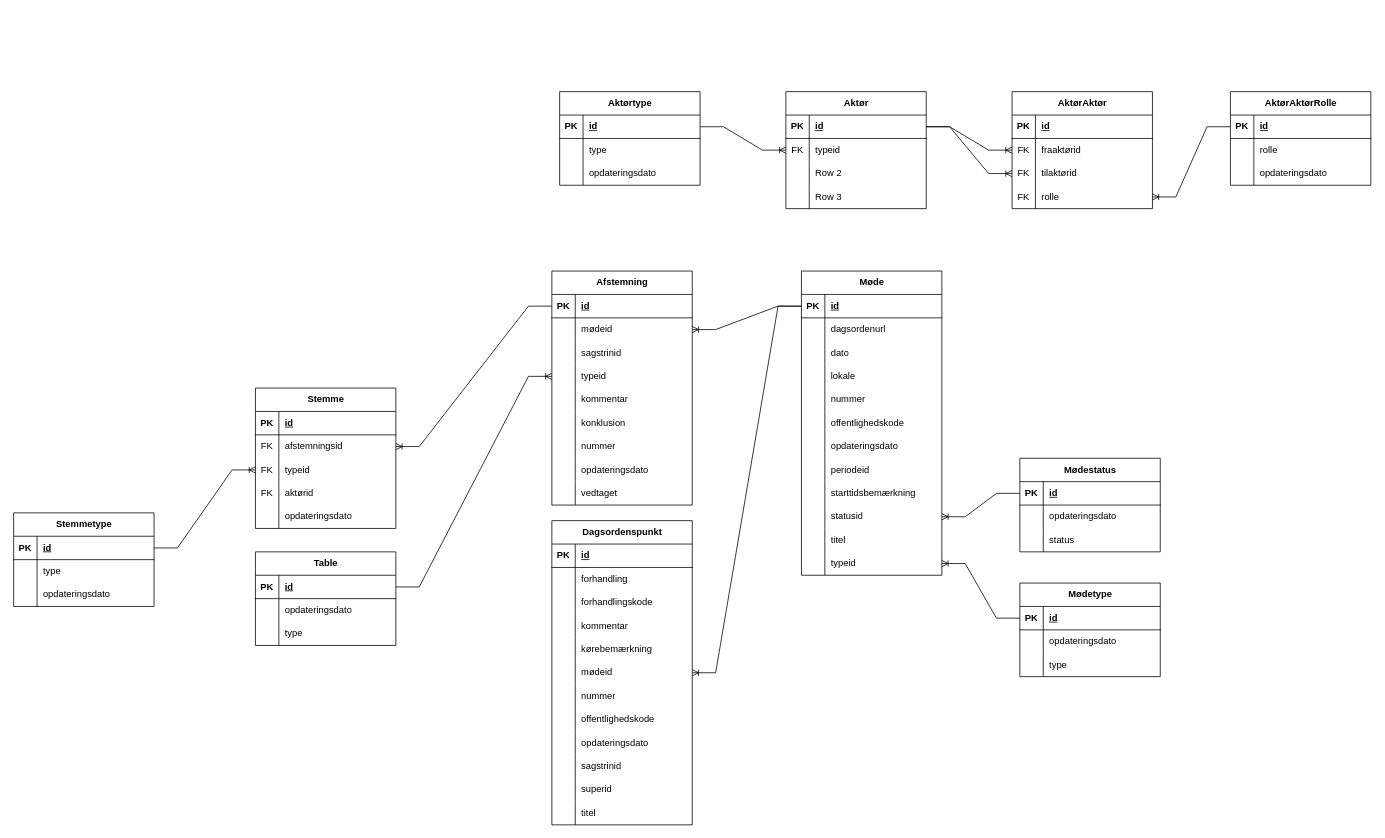
D-Dedenbach/poli keeps this draw.io diagram as datamodel.drawio. Above is the earlier version. Source tidied: cells renumbered, new cells numbered last; positions are measured from the earlier drawing's top-left corner, leaving out a move shared by most shapes. Both pictures are drawn from the tidied source at 78%, with x=0, y=0 at pixel (13, 91).
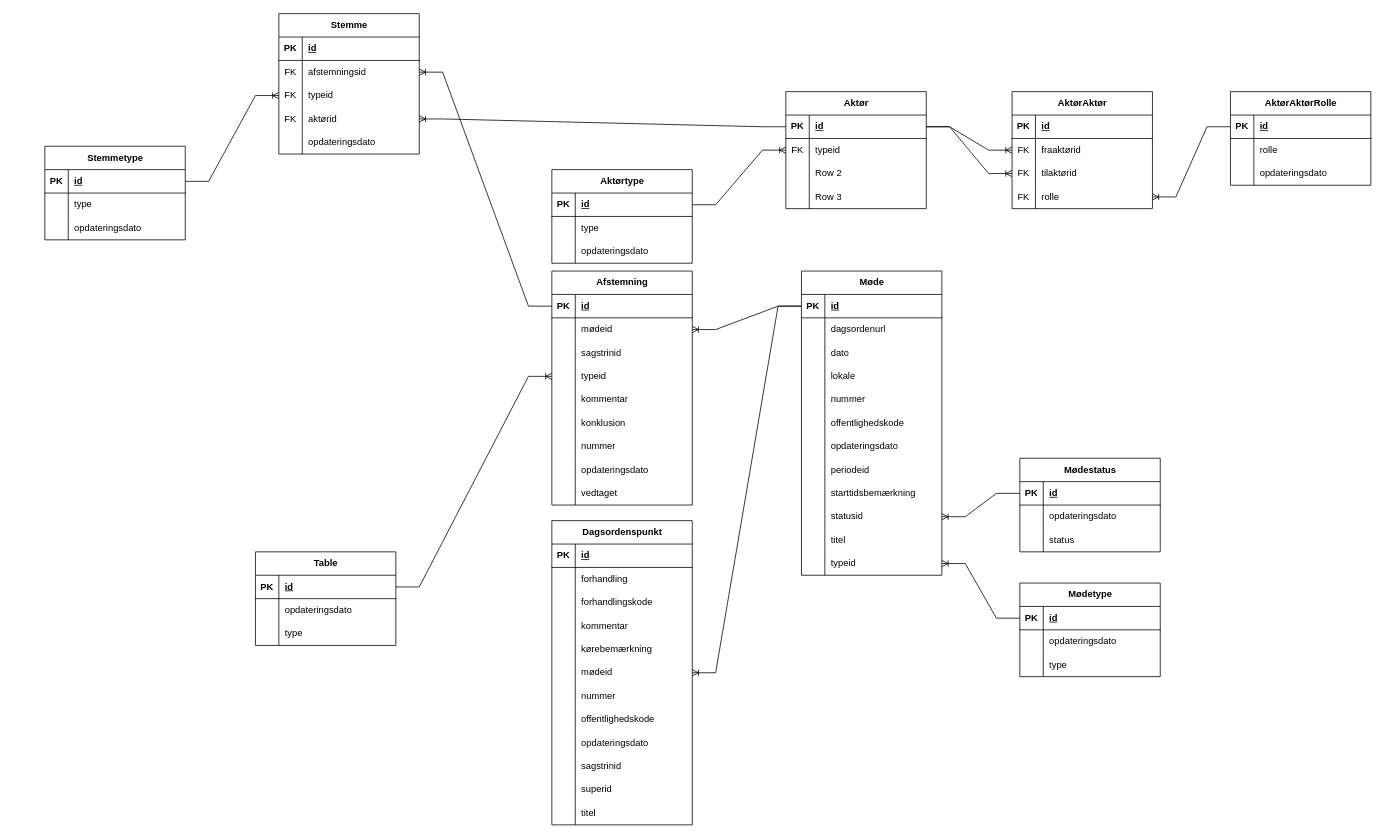
The same diagram, later.

The change refers to these unchanged cells:
```xml
<mxCell id="3" style="shape=tableRow;horizontal=0;startSize=0;swimlaneHead=0;swimlaneBody=0;fillColor=none;points=[[0,0.5],[1,0.5]];portConstraint=eastwest;top=0;left=0;right=0;bottom=1;" parent="2" vertex="1">
  <mxGeometry y="30" width="180" height="30" as="geometry" />
</mxCell>
<mxCell id="72" style="shape=tableRow;horizontal=0;startSize=0;swimlaneHead=0;swimlaneBody=0;fillColor=none;points=[[0,0.5],[1,0.5]];portConstraint=eastwest;top=0;left=0;right=0;bottom=0;" parent="62" vertex="1">
  <mxGeometry y="120" width="180" height="30" as="geometry" />
</mxCell>
```

Change to the diagram source:
```diff
@@
     <mxCell id="26" value="Aktørtype" style="shape=table;startSize=30;childLayout=tableLayout;rowLines=0;fontStyle=1;align=center;html=1;" parent="1" vertex="1">
-      <mxGeometry x="700" width="180" height="120" as="geometry" />
+      <mxGeometry x="690" y="100" width="180" height="120" as="geometry" />
     </mxCell>
@@
     <mxCell id="52" value="Stemmetype" style="shape=table;startSize=30;childLayout=tableLayout;rowLines=0;fontStyle=1;align=center;html=1;" parent="1" vertex="1">
-      <mxGeometry y="540" width="180" height="120" as="geometry" />
+      <mxGeometry x="40" y="70" width="180" height="120" as="geometry" />
     </mxCell>
@@
     <mxCell id="62" value="Stemme" style="shape=table;startSize=30;childLayout=tableLayout;rowLines=0;fontStyle=1;align=center;html=1;" parent="1" vertex="1">
-      <mxGeometry x="310" y="380" width="180" height="180" as="geometry" />
+      <mxGeometry x="340" y="-100" width="180" height="180" as="geometry" />
     </mxCell>
@@
+    <mxCell id="217" style="edgeStyle=entityRelationEdgeStyle;fontSize=12;html=1;endArrow=ERoneToMany;rounded=0;" parent="1" edge="1" source="3" target="72">
+      <mxGeometry relative="1" as="geometry" />
+    </mxCell>
```
